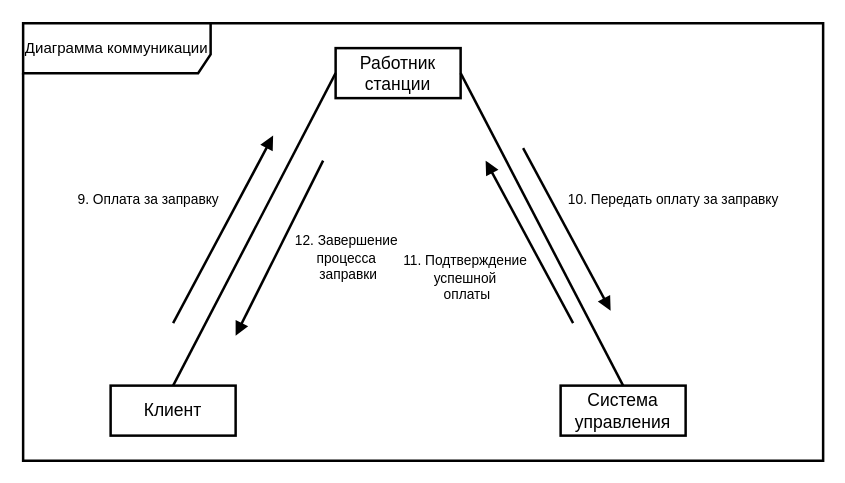
This is page "Page-3" (3 of 6) of 1-1.drawio from Helpmepleaseitishard/Aikms, a draw.io file, before an edit. Source tidied: cells renumbered, new cells numbered last; positions are measured from the earlier drawing's top-left corner, leaving out a move shared by most shapes. Both pictures are drawn from the tidied source at 125%, with x=0, y=0 at pixel (22, 22).
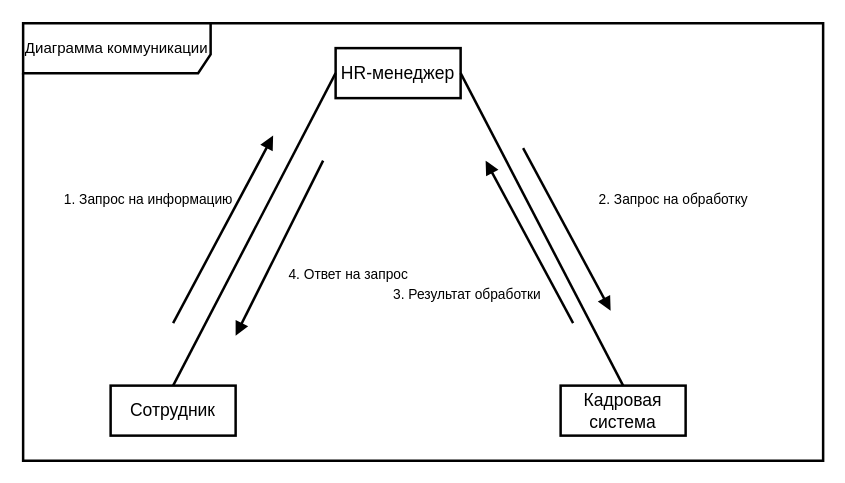
After the change.

Change to the diagram source:
```diff
@@
 <mxGraphModel>
   <root>
     <mxCell id="0" />
     <mxCell id="1" parent="0" />
-    <mxCell id="2" value="Клиент" style="html=1;whiteSpace=wrap;strokeWidth=2;fontSize=14;" parent="1" vertex="1">
+    <mxCell id="2" value="&lt;span class=&quot;font-semibold&quot;&gt;Сотрудник&lt;/span&gt;" style="html=1;whiteSpace=wrap;strokeWidth=2;fontSize=14;" parent="1" vertex="1">
       <mxGeometry x="70" y="290" width="100" height="40" as="geometry" />
     </mxCell>
-    <mxCell id="3" value="Работник станции" style="html=1;whiteSpace=wrap;strokeWidth=2;fontSize=14;" parent="1" vertex="1">
+    <mxCell id="3" value="&lt;span class=&quot;font-semibold&quot;&gt;HR-менеджер&lt;/span&gt;" style="html=1;whiteSpace=wrap;strokeWidth=2;fontSize=14;" parent="1" vertex="1">
       <mxGeometry x="250" y="20" width="100" height="40" as="geometry" />
     </mxCell>
-    <mxCell id="4" value="Система управления" style="html=1;whiteSpace=wrap;strokeWidth=2;fontSize=14;" parent="1" vertex="1">
+    <mxCell id="4" value="&lt;span class=&quot;font-semibold&quot;&gt;Кадровая система&lt;/span&gt;" style="html=1;whiteSpace=wrap;strokeWidth=2;fontSize=14;" parent="1" vertex="1">
       <mxGeometry x="430" y="290" width="100" height="40" as="geometry" />
     </mxCell>
     <mxCell id="5" style="html=1;verticalAlign=bottom;endArrow=none;curved=0;rounded=0;strokeWidth=2;startFill=0;entryX=0;entryY=0.5;entryDx=0;entryDy=0;exitX=0.5;exitY=0;exitDx=0;exitDy=0;" parent="1" edge="1" source="2" target="3">
       <mxGeometry relative="1" as="geometry" />
     </mxCell>
     <mxCell id="6" style="html=1;verticalAlign=bottom;endArrow=none;curved=0;rounded=0;strokeWidth=2;startFill=0;entryX=1;entryY=0.5;entryDx=0;entryDy=0;exitX=0.5;exitY=0;exitDx=0;exitDy=0;" parent="1" edge="1" source="4" target="3">
       <mxGeometry relative="1" as="geometry" />
     </mxCell>
-    <mxCell id="7" value="9. Оплата за заправку" style="html=1;verticalAlign=bottom;endArrow=block;curved=0;rounded=0;strokeWidth=2;startFill=0;exitX=0.5;exitY=0;exitDx=0;exitDy=0;endFill=1;" parent="1" edge="1">
+    <mxCell id="7" value="1. Запрос на информацию" style="html=1;verticalAlign=bottom;endArrow=block;curved=0;rounded=0;strokeWidth=2;startFill=0;exitX=0.5;exitY=0;exitDx=0;exitDy=0;endFill=1;" parent="1" edge="1">
       <mxGeometry x="-0.18" y="60" relative="1" as="geometry">
         <mxPoint x="120" y="240" as="sourcePoint" />
         <mxPoint x="200" y="90" as="targetPoint" />
       </mxGeometry>
     </mxCell>
-    <mxCell id="8" value="10. Передать оплату за заправку" style="html=1;verticalAlign=bottom;endArrow=block;curved=0;rounded=0;strokeWidth=2;startFill=0;exitX=0.5;exitY=0;exitDx=0;exitDy=0;endFill=1;" parent="1" edge="1">
+    <mxCell id="8" value="2. Запрос на обработку" style="html=1;verticalAlign=bottom;endArrow=block;curved=0;rounded=0;strokeWidth=2;startFill=0;exitX=0.5;exitY=0;exitDx=0;exitDy=0;endFill=1;" parent="1" edge="1">
       <mxGeometry x="0.37" y="82" relative="1" as="geometry">
         <mxPoint x="400" y="100" as="sourcePoint" />
         <mxPoint x="470" y="230" as="targetPoint" />
       </mxGeometry>
     </mxCell>
-    <mxCell id="9" value="&lt;div&gt;11. Подтверждение&amp;nbsp;&lt;/div&gt;&lt;div&gt;успешной&amp;nbsp;&lt;/div&gt;&lt;div&gt;оплаты&lt;/div&gt;" style="html=1;verticalAlign=bottom;endArrow=block;curved=0;rounded=0;strokeWidth=2;startFill=0;endFill=1;" parent="1" edge="1">
+    <mxCell id="9" value="3. Результат обработки" style="html=1;verticalAlign=bottom;endArrow=block;curved=0;rounded=0;strokeWidth=2;startFill=0;endFill=1;" parent="1" edge="1">
       <mxGeometry x="-0.29" y="68" relative="1" as="geometry">
         <mxPoint x="440" y="240" as="sourcePoint" />
         <mxPoint x="370" y="110" as="targetPoint" />
       </mxGeometry>
     </mxCell>
-    <mxCell id="10" value="&lt;div&gt;12. Завершение&amp;nbsp;&lt;/div&gt;&lt;div&gt;процесса&amp;nbsp;&lt;/div&gt;&lt;div&gt;заправки&lt;/div&gt;" style="html=1;verticalAlign=bottom;endArrow=block;curved=0;rounded=0;strokeWidth=2;startFill=0;endFill=1;" parent="1" edge="1">
+    <mxCell id="10" value="4. Ответ на запрос" style="html=1;verticalAlign=bottom;endArrow=block;curved=0;rounded=0;strokeWidth=2;startFill=0;endFill=1;" parent="1" edge="1">
       <mxGeometry x="0.03" y="63" relative="1" as="geometry">
         <mxPoint x="240" y="110" as="sourcePoint" />
         <mxPoint x="170" y="250" as="targetPoint" />
         <mxPoint y="-1" as="offset" />
       </mxGeometry>
     </mxCell>
     <mxCell id="11" value="Диаграмма коммуникации" style="shape=umlFrame;whiteSpace=wrap;html=1;width=150;height=40;strokeWidth=2;" parent="1" vertex="1">
       <mxGeometry width="640" height="350" as="geometry" />
     </mxCell>
   </root>
 </mxGraphModel>
```
